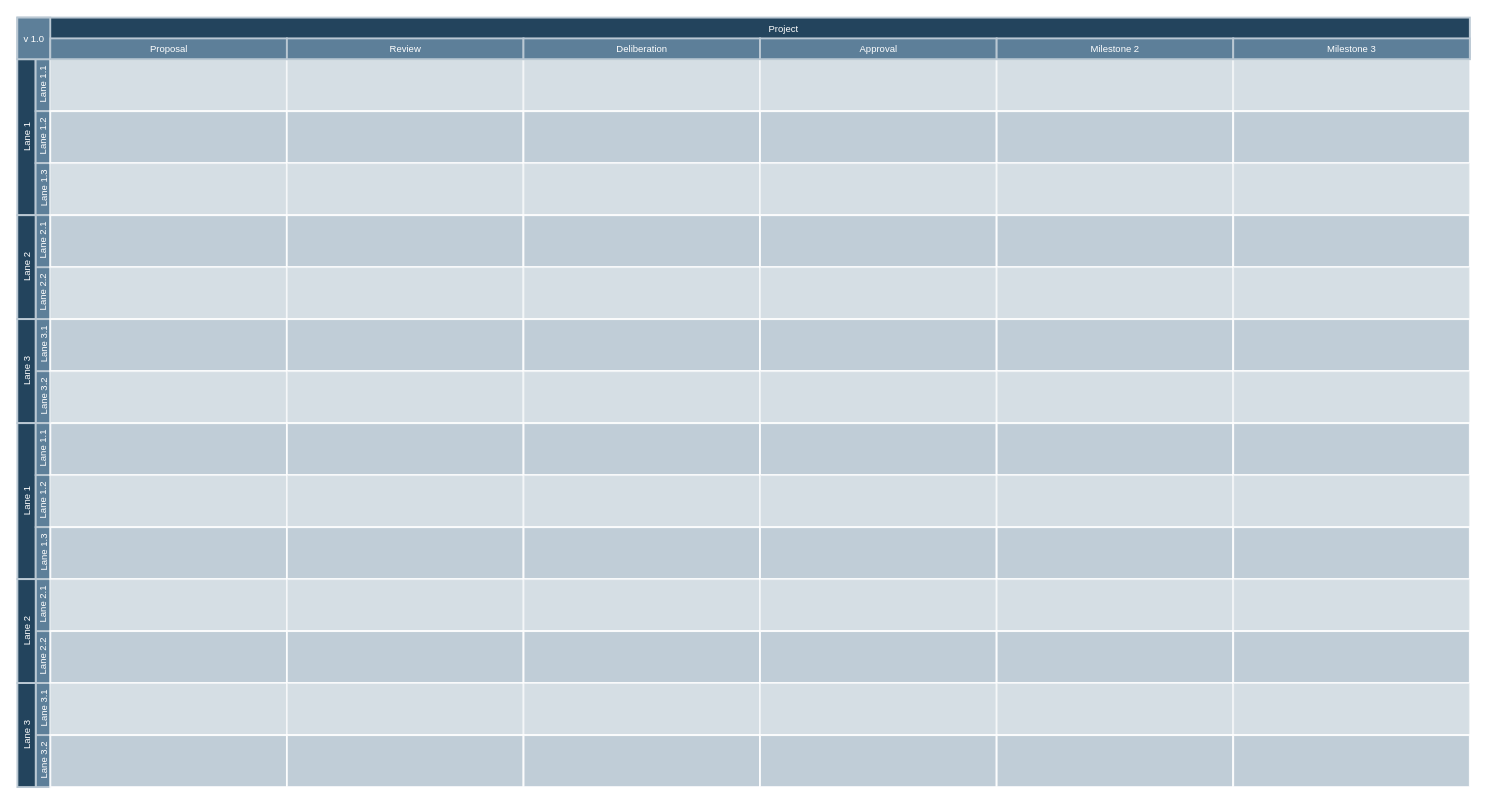
mmister411/afrl keeps this draw.io diagram as drawio/UFR_Process.drawio. Above is the earlier version. Source tidied: cells renumbered, new cells numbered last; positions are measured from the earlier drawing's top-left corner, leaving out a move shared by most shapes. Both pictures are drawn from the tidied source at 95%, with x=0, y=0 at pixel (17, 17).
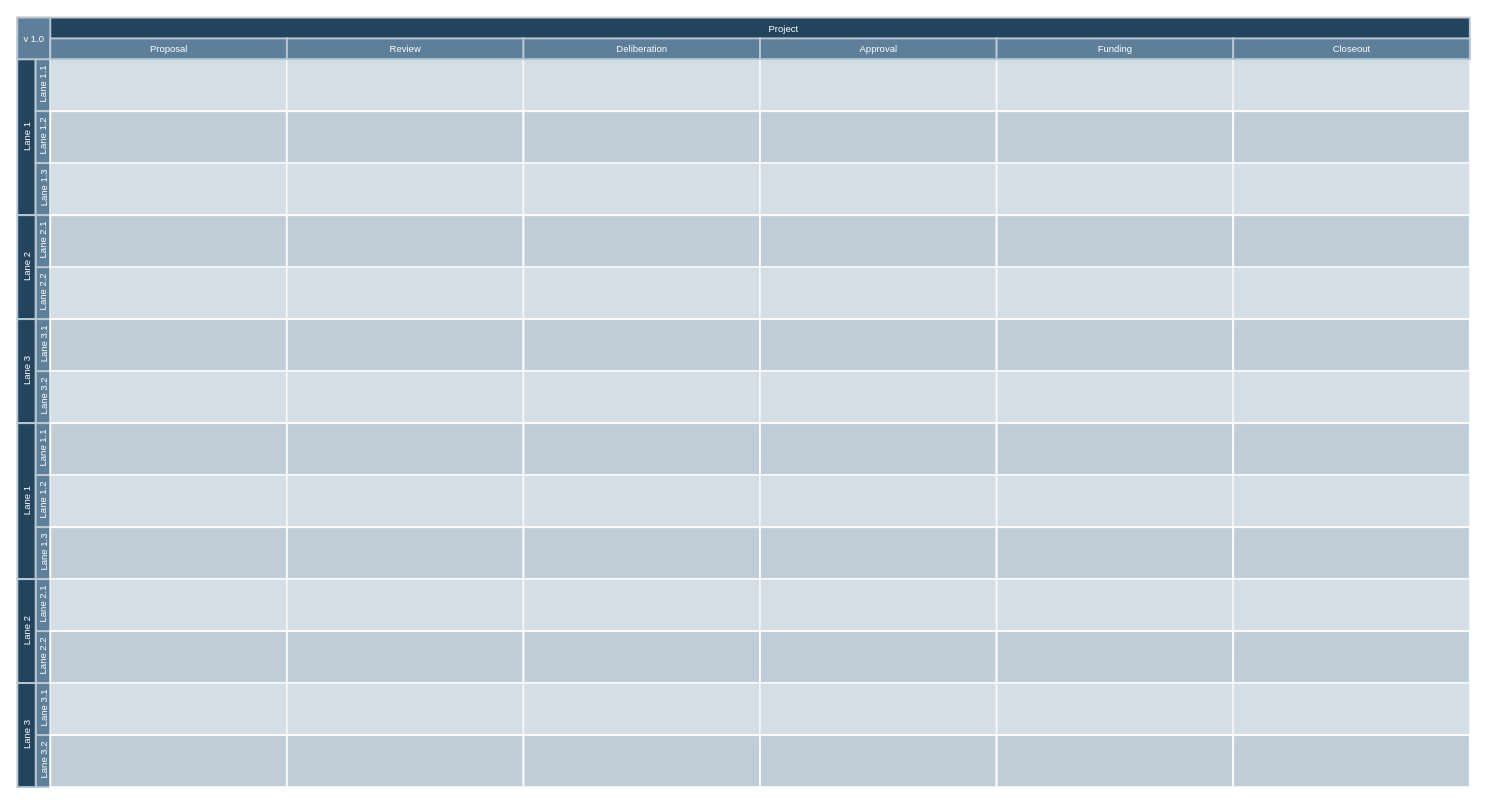
The same page after the edit.

Unchanged cells that the change refers to:
```xml
<mxCell id="71" style="group;fontSize=10;" parent="2" vertex="1">
  <mxGeometry x="781.8" y="21.9" width="249.1" height="21.9" as="geometry" />
</mxCell>
```

The edit, as a diff of the source:
```diff
@@
-    <mxCell id="73" value="Milestone 2" style="strokeColor=#BAC8D3;fillColor=#5d7f99;fontSize=10;strokeWidth=2;fontFamily=Helvetica;html=1;labelBackgroundColor=none;fontColor=#FFFFFF;" parent="71" vertex="1">
+    <mxCell id="73" value="Funding" style="strokeColor=#BAC8D3;fillColor=#5d7f99;fontSize=10;strokeWidth=2;fontFamily=Helvetica;html=1;labelBackgroundColor=none;fontColor=#FFFFFF;" parent="71" vertex="1">
       <mxGeometry x="249.1" width="249.1" height="21.9" as="geometry" />
     </mxCell>
-    <mxCell id="74" value="Milestone 3" style="strokeColor=#BAC8D3;fillColor=#5d7f99;fontSize=10;strokeWidth=2;fontFamily=Helvetica;html=1;labelBackgroundColor=none;fontColor=#FFFFFF;" parent="71" vertex="1">
+    <mxCell id="74" value="Closeout" style="strokeColor=#BAC8D3;fillColor=#5d7f99;fontSize=10;strokeWidth=2;fontFamily=Helvetica;html=1;labelBackgroundColor=none;fontColor=#FFFFFF;" parent="71" vertex="1">
       <mxGeometry x="498.1" width="249.1" height="21.9" as="geometry" />
     </mxCell>
```
